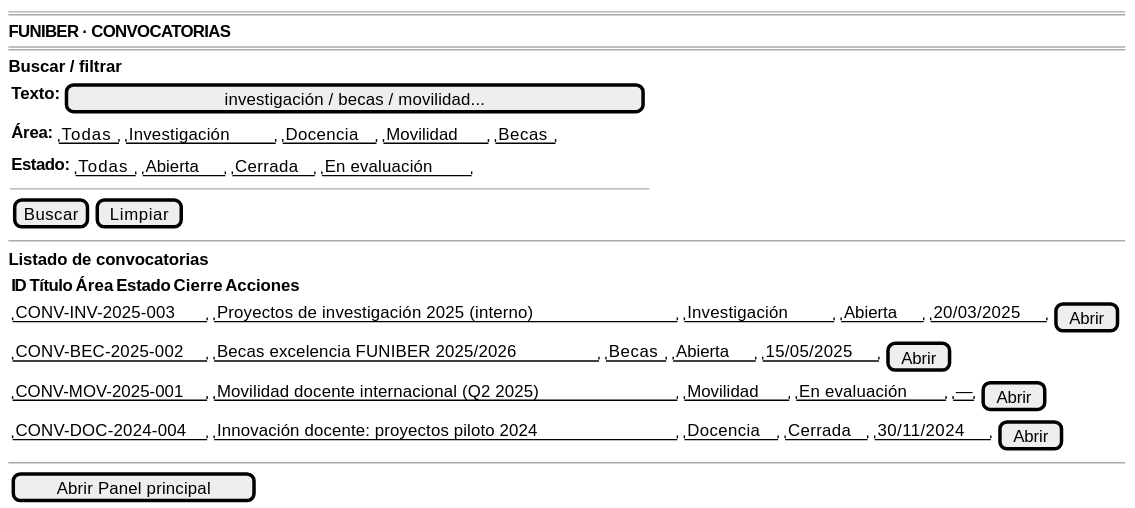
This is documents/casosDeUso/detalle/coordinador/04-convocatorias/abrirConvocatorias/prototipo/convocatoriasAbiertas-wireframe.svg from 31Diego/25-26-IdSw1-SdR, a PlantUML export, as it was before one commit.
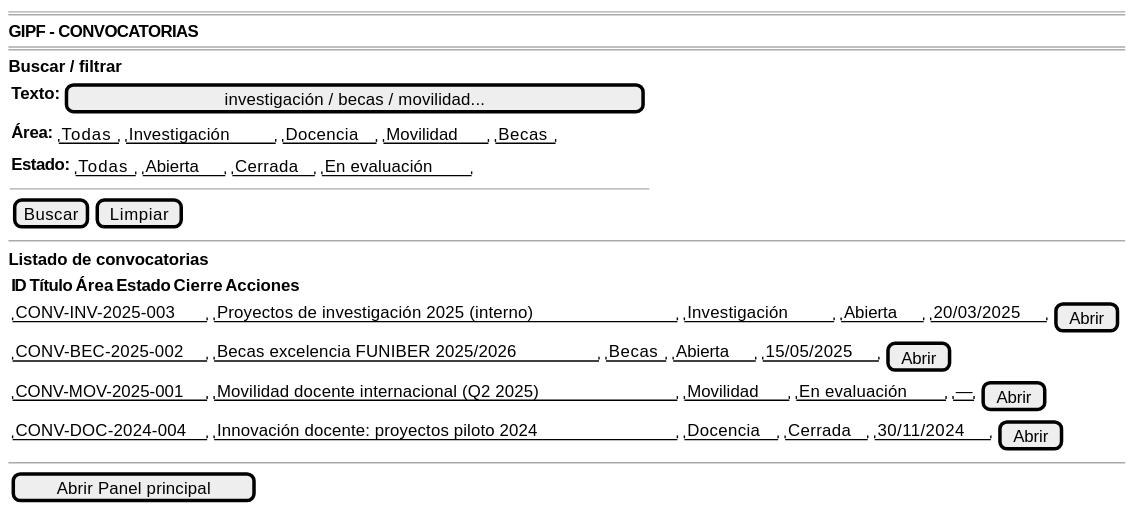
Above is the later version.

Diff of the diagram source:
```diff
@@ -1,7 +1,7 @@
 @startsalt convocatoriasAbiertas-wireframe
 {
     ====
-    <b>FUNIBER · CONVOCATORIAS</b>
+    <b>GIPF - CONVOCATORIAS</b>
     ====
 
     <b>Buscar / filtrar</b>
```
